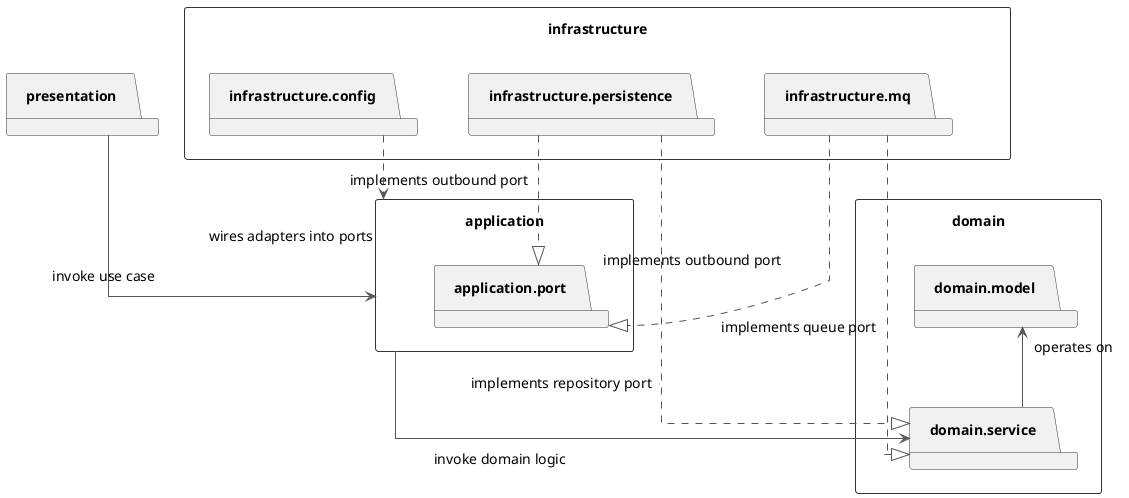
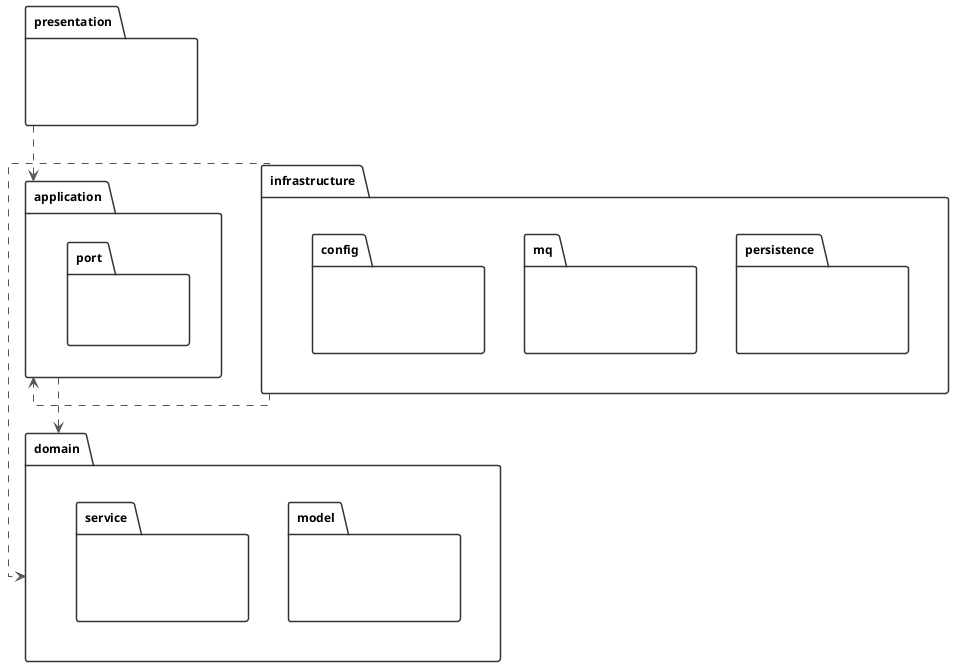
@startuml ddd-hexagonal
top to bottom direction

skinparam shadowing false
- skinparam packageStyle rectangle
+ skinparam packageStyle folder
skinparam linetype ortho
skinparam defaultFontName "Sans"
skinparam ArrowColor #555555
skinparam packageBorderColor #333333
- skinparam padding 10
- skinparam ranksep 80
+ skinparam padding 5
+ skinparam ranksep 120
skinparam nodesep 50
- skinparam DefaultFontSize 14
- skinparam packageFontSize 14
+ skinparam DefaultFontSize 16
+ skinparam packageFontSize 12

hide circle
hide empty members

' =====================================================
' Generic DDD / Hexagonal (Ports & Adapters) layout
' Used by: log-processing, log-analysis-server,
'          simulation, dashboard (backend)
' =====================================================

- package presentation
+ package presentation {
+   class " " as _presentationA
+   class " " as _presentationB
+   hide _presentationA
+   hide _presentationB
+   _presentationA -[hidden]right- _presentationB
+ }

package domain {
-   package "domain.model"
-   package "domain.service"
+   package "domain.model" {
+     class " " as _domain_modelA
+     class " " as _domain_modelB
+     hide _domain_modelA
+     hide _domain_modelB
+     _domain_modelA -[hidden]right- _domain_modelB
+   }
+   package "domain.service" {
+     class " " as _domain_serviceA
+     class " " as _domain_serviceB
+     hide _domain_serviceA
+     hide _domain_serviceB
+     _domain_serviceA -[hidden]right- _domain_serviceB
+   }

  "domain.model" -[hidden]right- "domain.service"
}

package application {
-   package "application.port"
+   package "application.port" {
+     class " " as _application_portA
+     class " " as _application_portB
+     hide _application_portA
+     hide _application_portB
+     _application_portA -[hidden]right- _application_portB
+   }
}

package infrastructure {
-   package "infrastructure.persistence"
-   package "infrastructure.mq"
-   package "infrastructure.config"
+   package "infrastructure.persistence" {
+     class " " as _infrastructure_persistenceA
+     class " " as _infrastructure_persistenceB
+     hide _infrastructure_persistenceA
+     hide _infrastructure_persistenceB
+     _infrastructure_persistenceA -[hidden]right- _infrastructure_persistenceB
+   }
+   package "infrastructure.mq" {
+     class " " as _infrastructure_mqA
+     class " " as _infrastructure_mqB
+     hide _infrastructure_mqA
+     hide _infrastructure_mqB
+     _infrastructure_mqA -[hidden]right- _infrastructure_mqB
+   }
+   package "infrastructure.config" {
+     class " " as _infrastructure_configA
+     class " " as _infrastructure_configB
+     hide _infrastructure_configA
+     hide _infrastructure_configB
+     _infrastructure_configA -[hidden]right- _infrastructure_configB
+   }

  "infrastructure.persistence" -[hidden]right- "infrastructure.mq"
  "infrastructure.mq" -[hidden]right- "infrastructure.config"
}

' =====================================================
' Dependency directions (dependency inversion: arrows
' point INWARD, toward domain/application; adapters
' implement the ports defined by the inner layers)
' =====================================================

- presentation --> application : invoke use case
- 
- application --> "domain.service" : invoke domain logic
- 
- "domain.service" --> "domain.model" : operates on
- 
- "infrastructure.persistence" ..|> "domain.service" : implements repository port
- "infrastructure.persistence" ..|> "application.port" : implements outbound port
- 
- "infrastructure.mq" ..|> "domain.service" : implements queue port
- "infrastructure.mq" ..|> "application.port" : implements outbound port
- 
- "infrastructure.config" ..> application : wires adapters into ports
+ presentation ..> application
+ application ..> domain
+ infrastructure ..> domain
+ infrastructure ..> application

' =====================================================
' Layout hints
' =====================================================

presentation -[hidden]down- application
application -[hidden]down- domain
domain -[hidden]down- infrastructure

' Ports may be declared alongside domain services in domain.service
' (e.g. log-processing's QueueService / *Repository interfaces sit
' next to LogProcessingService) or in application.port
' (log-analysis-server's application.ports, simulation's
' application.ports, dashboard's application.port); either way
' infrastructure adapters implement them so dependencies always
' point inward.
'
' presentation holds whichever inbound adapters a service needs:
' REST controllers (simulation's presentation.routers, dashboard's
' presentation controllers) and/or RabbitMQ listeners
' (log-processing's presentation consumers, log-analysis-server's
' presentation.consumers); a given service does not necessarily have
' both.
'
' Adapter sub-package names vary too: dashboard splits
' infrastructure.mq / infrastructure.persistence; log-processing
' keeps its queue + event adapters under infrastructure.service;
' log-analysis-server and simulation group adapters under
' infrastructure.ports.

@enduml
